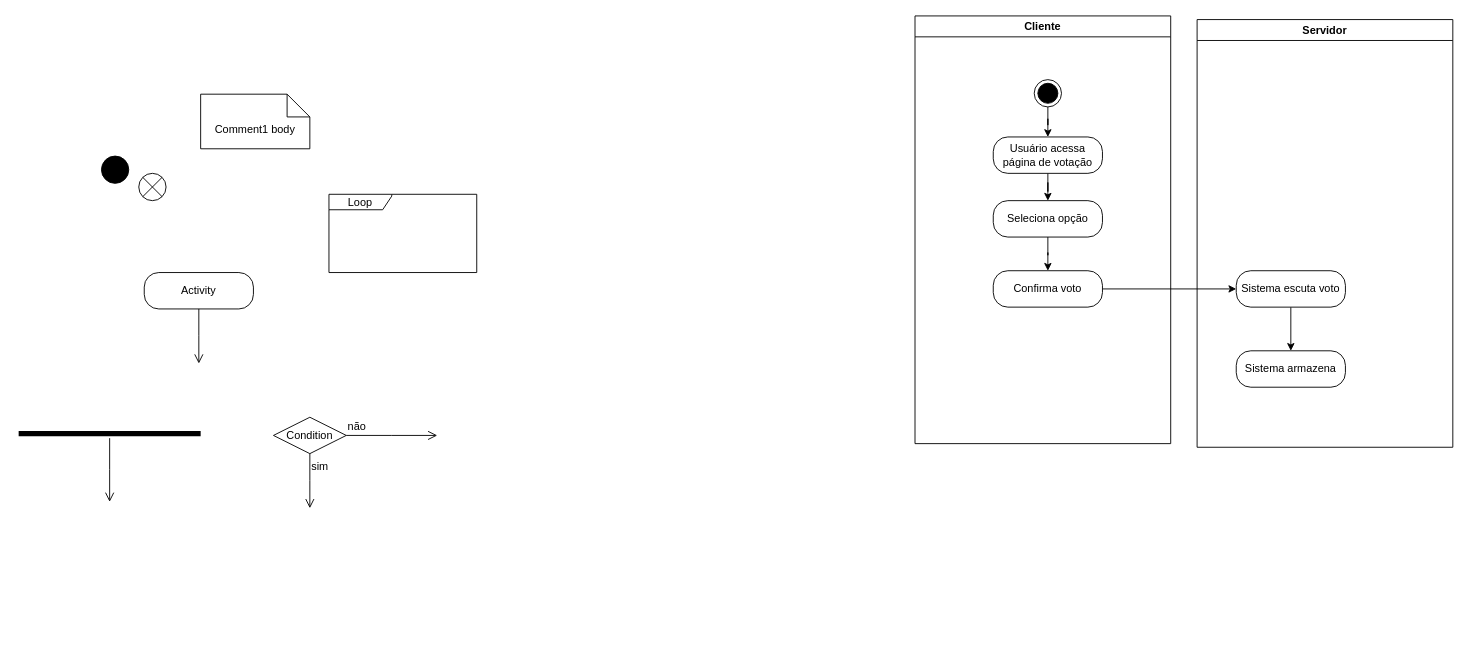
This is page "Diagrama de Fluxo/Atividade" (2 of 3) of Sistema de Votação em Tempo Real.drawio from jeanarthur/sistema_votacao_tempo_real, a draw.io file, before an edit. Source tidied: cells renumbered, new cells numbered last; positions are measured from the earlier drawing's top-left corner, leaving out a move shared by most shapes. Both pictures are drawn from the tidied source at 91%, with x=0, y=0 at pixel (18, 15).
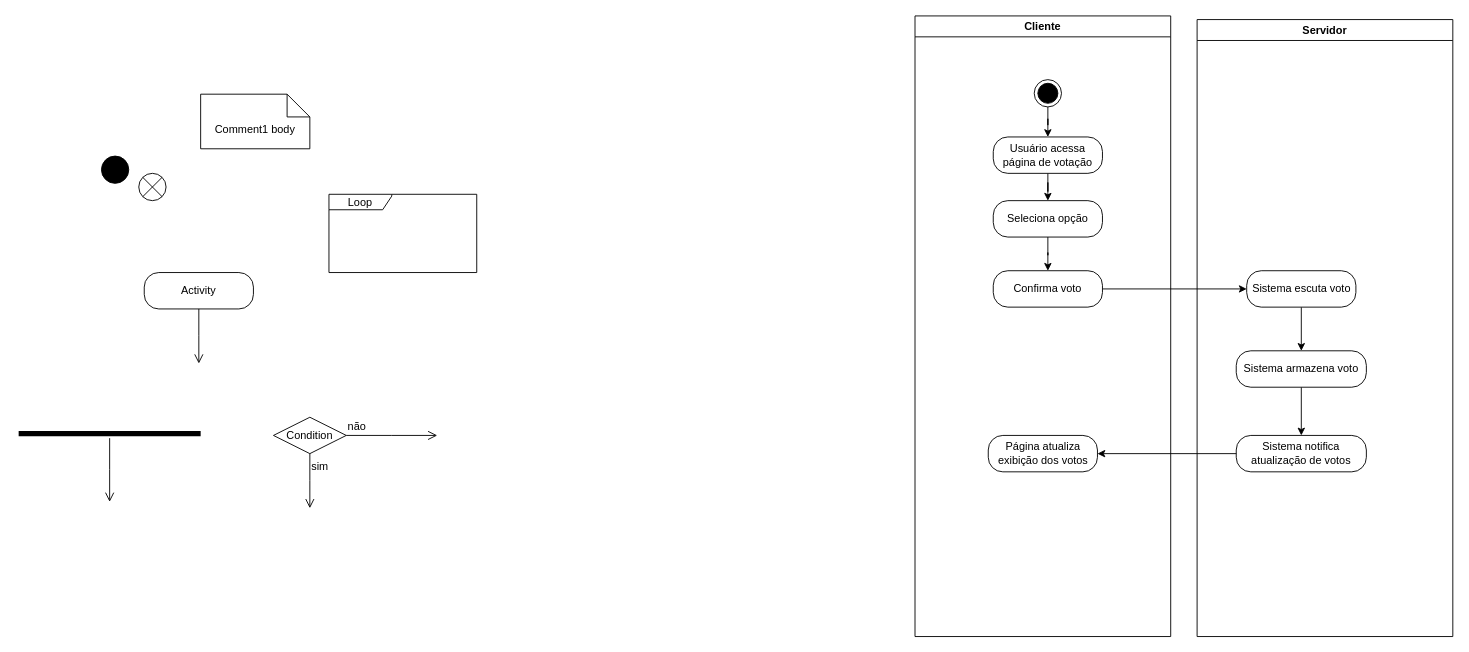
The same diagram, later.

The edit, as a diff of the source:
```diff
@@
     <mxCell id="21" value="Cliente" style="swimlane;whiteSpace=wrap;html=1;" parent="1" vertex="1">
-      <mxGeometry x="985" width="281" height="470" as="geometry" />
+      <mxGeometry x="985" width="281" height="682" as="geometry" />
     </mxCell>
+    <mxCell id="26" value="Página atualiza exibição dos votos" style="rounded=1;whiteSpace=wrap;html=1;arcSize=40;" parent="21" vertex="1">
+      <mxGeometry x="80.5" y="461" width="120" height="40" as="geometry" />
+    </mxCell>
     <mxCell id="22" value="Servidor" style="swimlane;whiteSpace=wrap;html=1;" parent="1" vertex="1">
-      <mxGeometry x="1295" y="4" width="281" height="470" as="geometry" />
+      <mxGeometry x="1295" y="4" width="281" height="678" as="geometry" />
     </mxCell>
@@
     <mxCell id="24" value="Sistema escuta voto" style="rounded=1;whiteSpace=wrap;html=1;arcSize=40;" parent="22" vertex="1">
-      <mxGeometry x="43" y="276" width="120" height="40" as="geometry" />
+      <mxGeometry x="54.5" y="276" width="120" height="40" as="geometry" />
     </mxCell>
+    <mxCell id="27" style="edgeStyle=orthogonalEdgeStyle;rounded=0;jettySize=auto;html=1;" parent="22" edge="1" source="25" target="28">
+      <mxGeometry relative="1" as="geometry" />
+    </mxCell>
-    <mxCell id="25" value="Sistema armazena" style="rounded=1;whiteSpace=wrap;html=1;arcSize=40;" parent="22" vertex="1">
-      <mxGeometry x="43" y="364" width="120" height="40" as="geometry" />
+    <mxCell id="25" value="Sistema armazena voto" style="rounded=1;whiteSpace=wrap;html=1;arcSize=40;" parent="22" vertex="1">
+      <mxGeometry x="43" y="364" width="143" height="40" as="geometry" />
     </mxCell>
+    <mxCell id="28" value="Sistema notifica atualização de votos" style="rounded=1;whiteSpace=wrap;html=1;arcSize=40;" parent="22" vertex="1">
+      <mxGeometry x="43" y="457" width="143" height="40" as="geometry" />
+    </mxCell>
+    <mxCell id="29" style="edgeStyle=orthogonalEdgeStyle;rounded=0;jettySize=auto;html=1;" parent="1" edge="1" source="28" target="26">
+      <mxGeometry relative="1" as="geometry" />
+    </mxCell>
```
